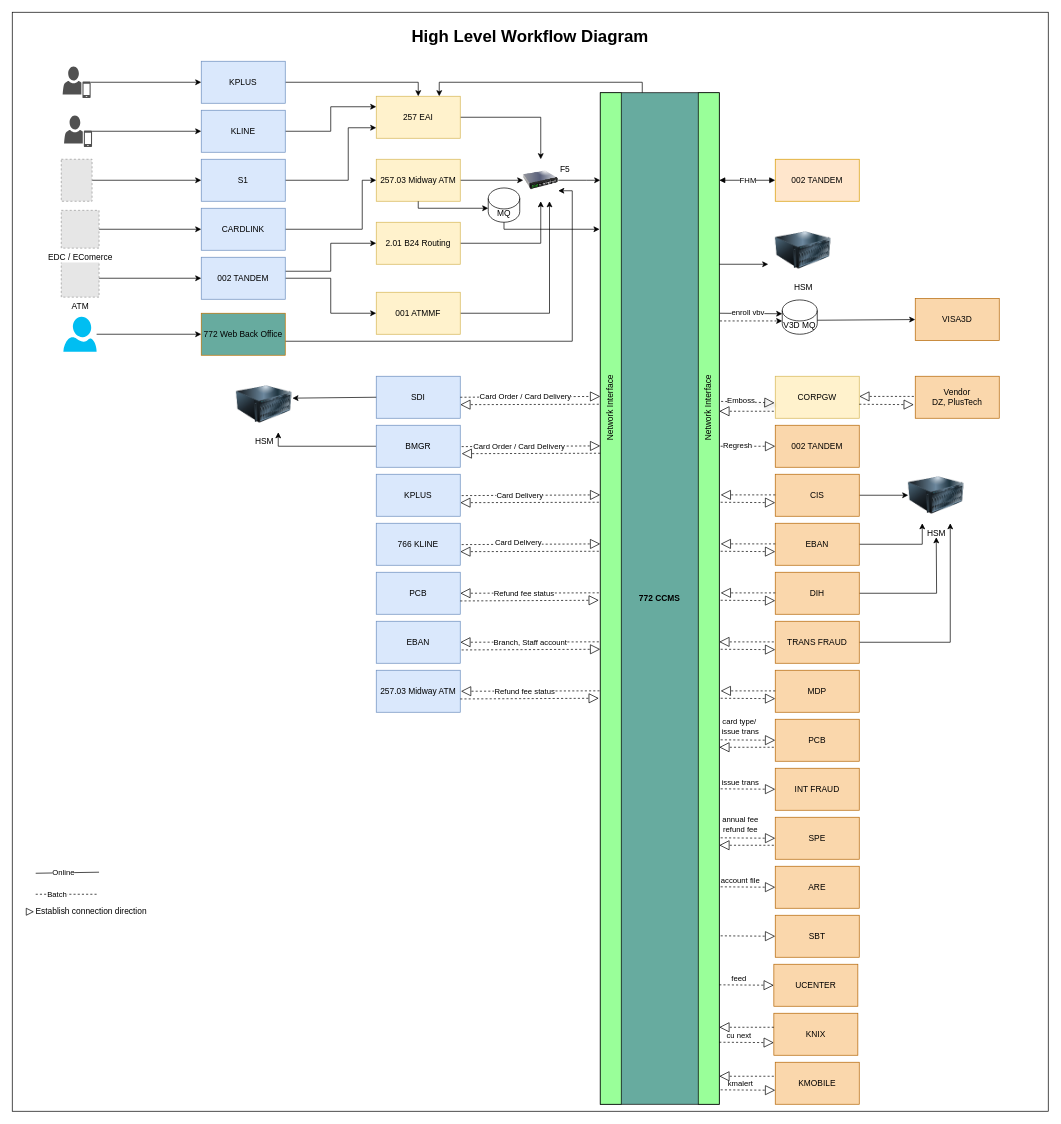
The draw.io diagram page "High Level Diagram" (2 of 8) of CCMS_Diagram.drawio in chawaratr/drawio, before the edit. Source tidied: cells renumbered, new cells numbered last; positions are measured from the earlier drawing's top-left corner, leaving out a move shared by most shapes. Both pictures are drawn from the tidied source at 70%, with x=0, y=0 at pixel (12, 12). Pictures stored in the file or linked from it are replaced by grey dashed boxes.
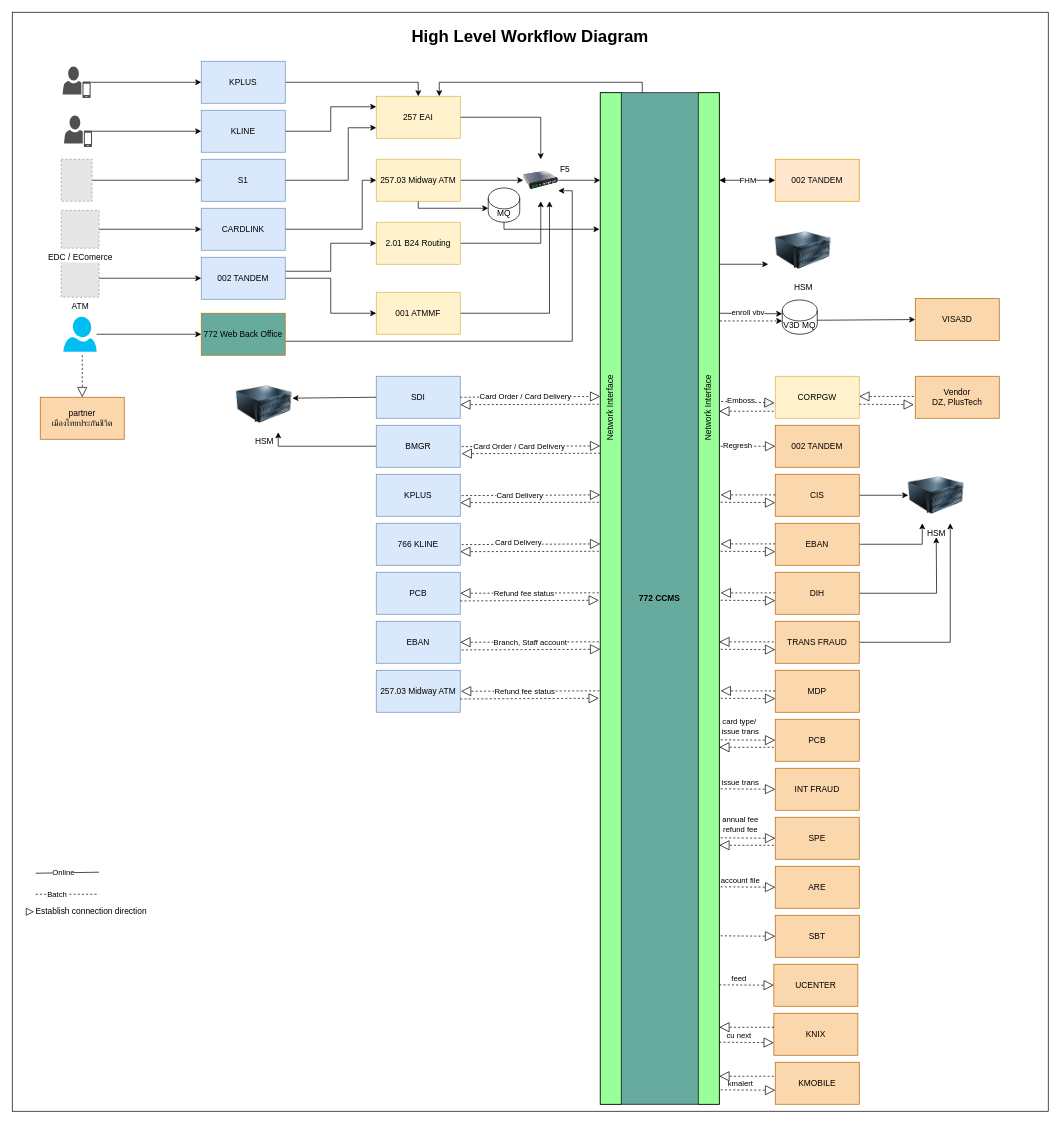
After the change.

What changed in the source:
```diff
@@
+    <mxCell id="154" value="partner&lt;div&gt;เมืองไทยประกันชีวิต&lt;/div&gt;" style="rounded=0;whiteSpace=wrap;html=1;fillColor=#fad7ac;strokeColor=#b46504;" parent="1" vertex="1">
+      <mxGeometry x="40" y="550" width="120" height="60" as="geometry" />
+    </mxCell>
+    <mxCell id="155" style="endArrow=block;dashed=1;endFill=0;endSize=12;html=1;rounded=0;flowAnimation=1;entryX=0.5;entryY=0;entryDx=0;entryDy=0;" parent="1" edge="1" target="154">
+      <mxGeometry relative="1" as="geometry">
+        <mxPoint x="100" y="490" as="sourcePoint" />
+      </mxGeometry>
+    </mxCell>
```
